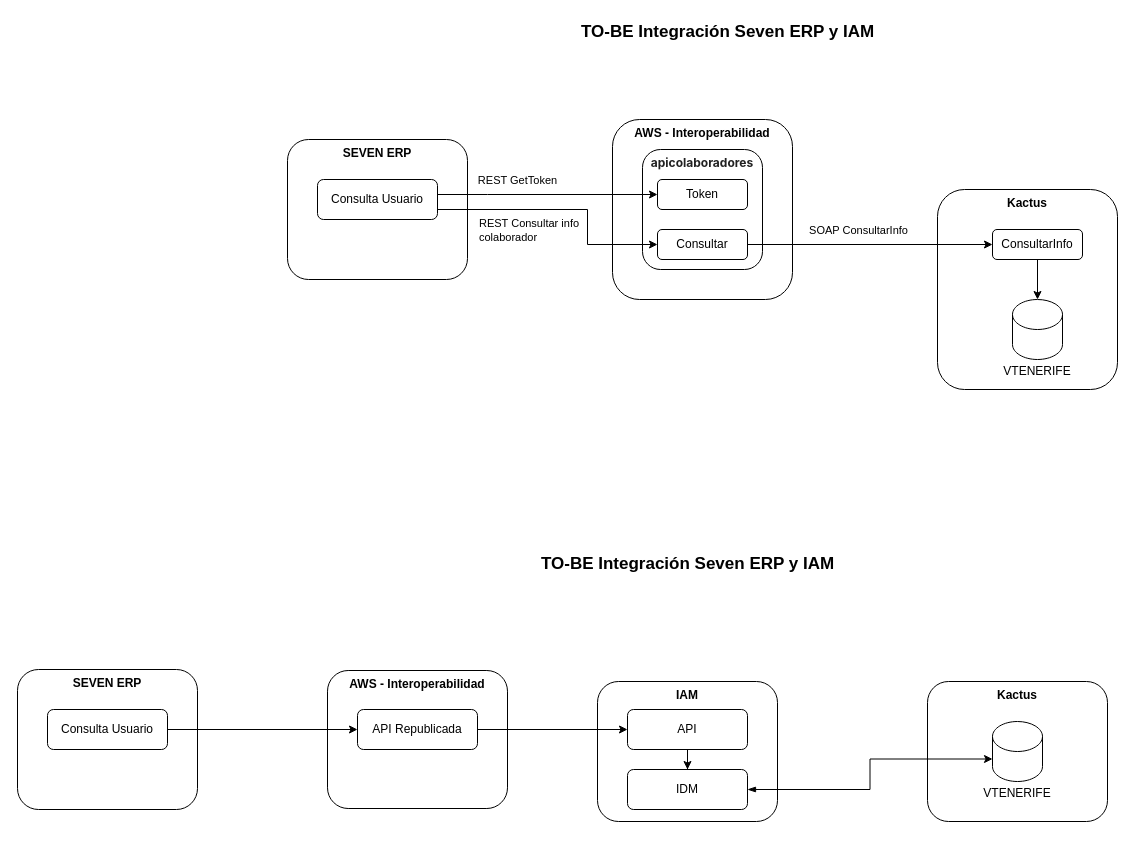
Before: page "TO-BE" (2 of 2) of IAM-Seven.drawio in carlosvalderrama1204/diagrams, a draw.io diagram. Source tidied: cells renumbered, new cells numbered last; positions are measured from the earlier drawing's top-left corner, leaving out a move shared by most shapes. Both pictures are drawn from the tidied source at 100%, with x=0, y=0 at pixel (17, 17).
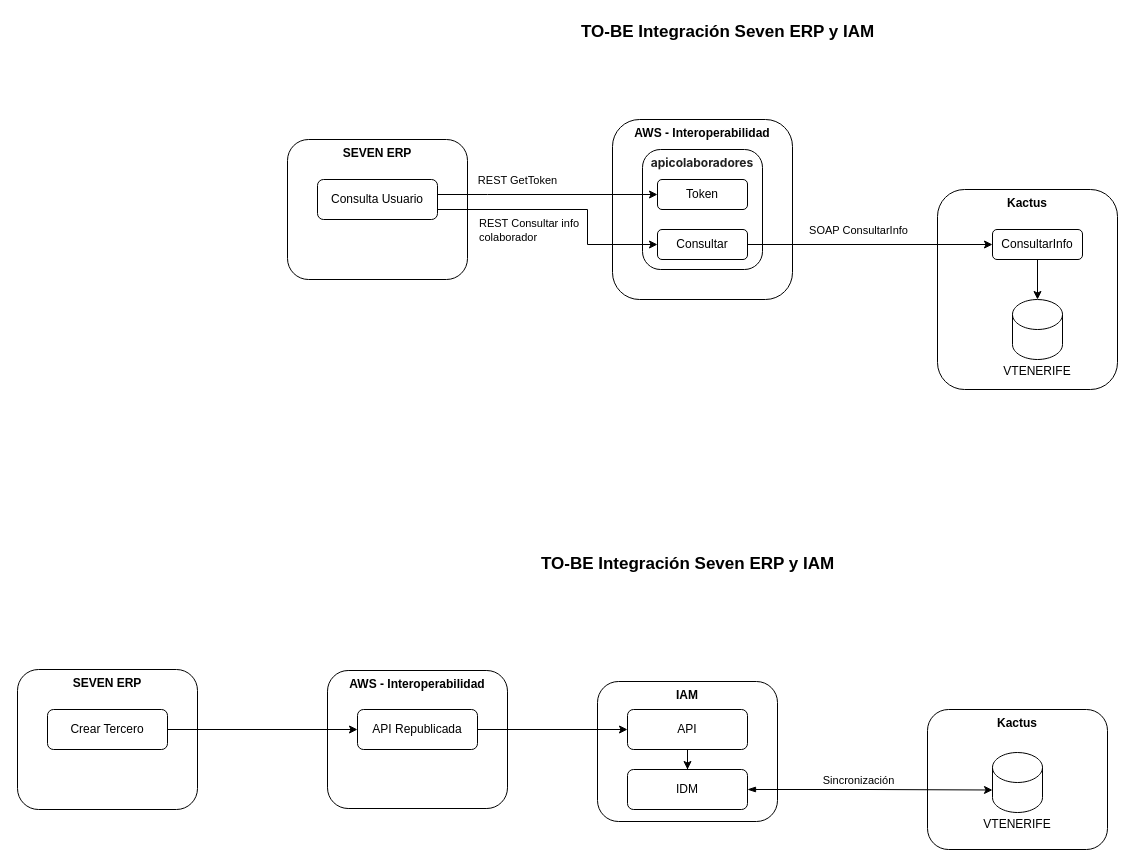
The same diagram, later.

The change refers to these unchanged cells:
```xml
<mxCell id="28" style="edgeStyle=orthogonalEdgeStyle;rounded=0;jettySize=auto;html=1;entryX=0;entryY=0;entryDx=0;entryDy=37.5;entryPerimeter=0;startArrow=blockThin;startFill=1;" parent="1" edge="1" source="25" target="27">
  <mxGeometry relative="1" as="geometry" />
</mxCell>
```

Change to the diagram source:
```diff
@@
-    <mxCell id="20" value="Consulta Usuario" style="rounded=1;whiteSpace=wrap;html=1;" parent="1" vertex="1">
+    <mxCell id="20" value="Crear Tercero" style="rounded=1;whiteSpace=wrap;html=1;" parent="1" vertex="1">
       <mxGeometry x="30" y="692" width="120" height="40" as="geometry" />
     </mxCell>
@@
     <mxCell id="26" value="&lt;span&gt;Kactus&lt;/span&gt;" style="rounded=1;whiteSpace=wrap;html=1;verticalAlign=top;fontStyle=1;" parent="1" vertex="1">
-      <mxGeometry x="910" y="664" width="180" height="140" as="geometry" />
+      <mxGeometry x="910" y="692" width="180" height="140" as="geometry" />
     </mxCell>
     <mxCell id="27" value="&lt;div&gt;&lt;br&gt;&lt;/div&gt;&lt;div&gt;&lt;br&gt;&lt;/div&gt;&lt;div&gt;&lt;br&gt;&lt;/div&gt;&lt;div&gt;&lt;br&gt;&lt;/div&gt;VTENERIFE" style="shape=cylinder3;whiteSpace=wrap;html=1;boundedLbl=1;backgroundOutline=1;size=15;" parent="1" vertex="1">
-      <mxGeometry x="975" y="704" width="50" height="60" as="geometry" />
+      <mxGeometry x="975" y="735" width="50" height="60" as="geometry" />
     </mxCell>
@@
+    <mxCell id="33" value="Sincronización" style="edgeLabel;html=1;align=center;verticalAlign=middle;" parent="28" vertex="1">
+      <mxGeometry x="-0.4" y="2" relative="1" as="geometry">
+        <mxPoint x="36" y="-8" as="offset" />
+      </mxGeometry>
+    </mxCell>
```
